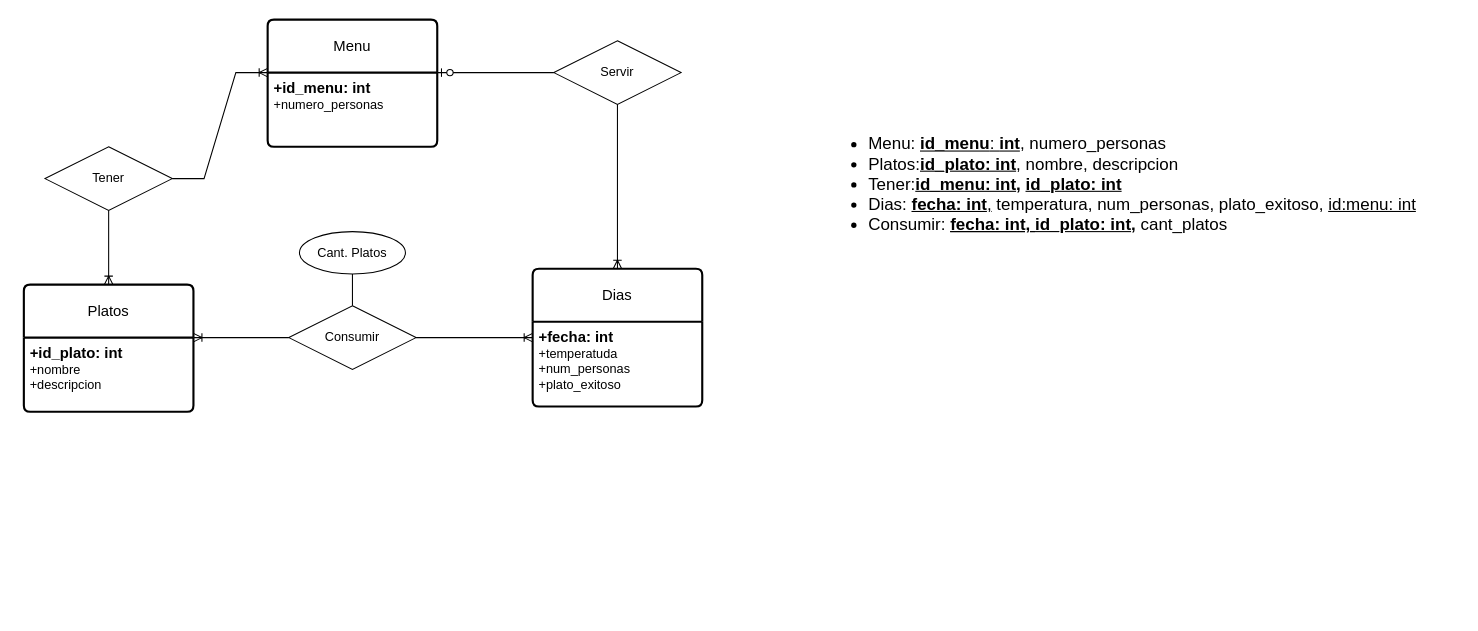
AsierGArranz/aga-sru-sa-t-UD12DiagramaER-11102023 keeps this draw.io diagram as ejercicio15.drawio. Above is the earlier version. Source tidied: cells renumbered, new cells numbered last; positions are measured from the earlier drawing's top-left corner, leaving out a move shared by most shapes. Both pictures are drawn from the tidied source at 106%, with x=0, y=0 at pixel (23, 19).
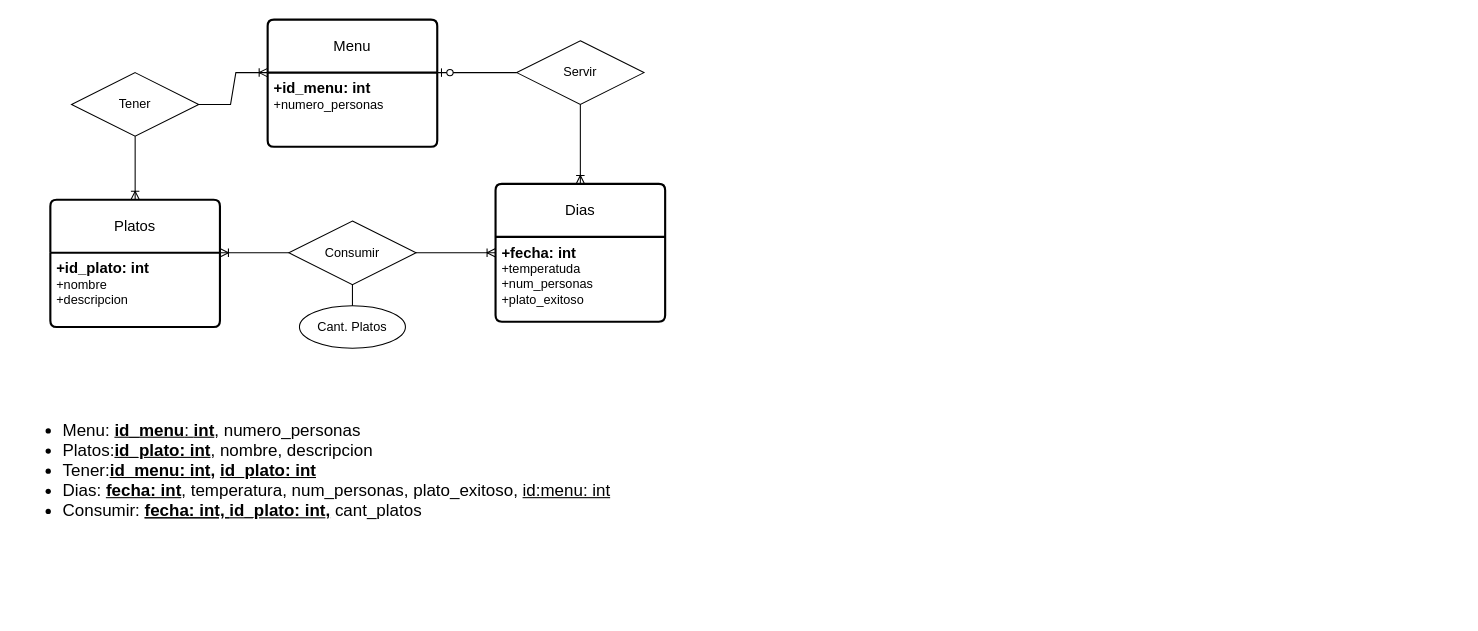
After the change.

Change to the diagram source:
```diff
@@
     <mxCell id="4" value="Tener" style="shape=rhombus;perimeter=rhombusPerimeter;whiteSpace=wrap;html=1;align=center;" parent="1" vertex="1">
-      <mxGeometry x="20" y="120" width="120" height="60" as="geometry" />
+      <mxGeometry x="45" y="50" width="120" height="60" as="geometry" />
     </mxCell>
     <mxCell id="5" value="Platos" style="swimlane;horizontal=1;startSize=50;rounded=1;fontSize=14;fontStyle=0;strokeWidth=2;shadow=0;dashed=0;align=center;arcSize=4;whiteSpace=wrap;html=1;" parent="1" vertex="1">
-      <mxGeometry y="250" width="160" height="120" as="geometry" />
+      <mxGeometry x="25" y="170" width="160" height="120" as="geometry" />
     </mxCell>
@@
     <mxCell id="7" value="Dias" style="swimlane;horizontal=1;startSize=50;rounded=1;fontSize=14;fontStyle=0;strokeWidth=2;shadow=0;dashed=0;align=center;arcSize=4;whiteSpace=wrap;html=1;" parent="1" vertex="1">
-      <mxGeometry x="480" y="235" width="160" height="130" as="geometry" />
+      <mxGeometry x="445" y="155" width="160" height="130" as="geometry" />
     </mxCell>
@@
     <mxCell id="9" value="Consumir" style="shape=rhombus;perimeter=rhombusPerimeter;whiteSpace=wrap;html=1;align=center;" parent="1" vertex="1">
-      <mxGeometry x="250" y="270" width="120" height="60" as="geometry" />
+      <mxGeometry x="250" y="190" width="120" height="60" as="geometry" />
     </mxCell>
     <mxCell id="10" value="Cant. Platos" style="ellipse;whiteSpace=wrap;html=1;align=center;" parent="1" vertex="1">
-      <mxGeometry x="260" y="200" width="100" height="40" as="geometry" />
+      <mxGeometry x="260" y="270" width="100" height="40" as="geometry" />
     </mxCell>
@@
-    <mxCell id="15" style="endArrow=none;html=1;rounded=0;exitX=0.5;exitY=1;exitDx=0;exitDy=0;entryX=0.5;entryY=0;entryDx=0;entryDy=0;" parent="1" edge="1" source="10" target="9">
+    <mxCell id="15" style="endArrow=none;html=1;rounded=0;exitX=0.5;exitY=0;exitDx=0;exitDy=0;entryX=0.5;entryY=1;entryDx=0;entryDy=0;" parent="1" edge="1" source="10" target="9">
       <mxGeometry relative="1" as="geometry" />
     </mxCell>
     <mxCell id="16" value="Servir" style="shape=rhombus;perimeter=rhombusPerimeter;whiteSpace=wrap;html=1;align=center;" parent="1" vertex="1">
-      <mxGeometry x="500" y="20" width="120" height="60" as="geometry" />
+      <mxGeometry x="465" y="20" width="120" height="60" as="geometry" />
     </mxCell>
@@
     <mxCell id="18" value="&lt;ul style=&quot;font-size: 16px;&quot;&gt;&lt;li&gt;&lt;font style=&quot;font-size: 16px;&quot;&gt;Menu: &lt;u&gt;&lt;b&gt;id_menu&lt;/b&gt;: &lt;b&gt;int&lt;/b&gt;&lt;/u&gt;, numero_personas&lt;/font&gt;&lt;/li&gt;&lt;li&gt;&lt;font style=&quot;font-size: 16px;&quot;&gt;Platos:&lt;u&gt;&lt;b&gt;id_plato: int&lt;/b&gt;&lt;/u&gt;, nombre, descripcion&lt;/font&gt;&lt;/li&gt;&lt;li&gt;&lt;font style=&quot;font-size: 16px;&quot;&gt;Tener:&lt;b&gt;&lt;u style=&quot;&quot;&gt;id_menu: int&lt;/u&gt;, &lt;u style=&quot;&quot;&gt;id_plato: int&lt;/u&gt;&lt;/b&gt;&lt;/font&gt;&lt;/li&gt;&lt;li&gt;&lt;font style=&quot;font-size: 16px;&quot;&gt;Dias: &lt;u&gt;&lt;b&gt;fecha: int&lt;/b&gt;,&lt;/u&gt;&amp;nbsp;temperatura, num_personas, plato_exitoso, &lt;u&gt;id:menu: int&lt;/u&gt;&lt;/font&gt;&lt;/li&gt;&lt;li&gt;&lt;font style=&quot;font-size: 16px;&quot;&gt;Consumir:&amp;nbsp;&lt;u style=&quot;&quot;&gt;&lt;b&gt;&lt;u style=&quot;border-color: var(--border-color);&quot;&gt;fecha: int,&amp;nbsp;&lt;/u&gt;id_plato: int&lt;/b&gt;&lt;/u&gt;&lt;u style=&quot;font-weight: bold;&quot;&gt;,&lt;/u&gt;&amp;nbsp;cant_platos&lt;/font&gt;&lt;/li&gt;&lt;/ul&gt;" style="text;strokeColor=none;fillColor=none;html=1;whiteSpace=wrap;verticalAlign=middle;overflow=hidden;" parent="1" vertex="1">
-      <mxGeometry x="755" y="20" width="600" height="270" as="geometry" />
+      <mxGeometry x="-5" y="290" width="600" height="270" as="geometry" />
     </mxCell>
```
